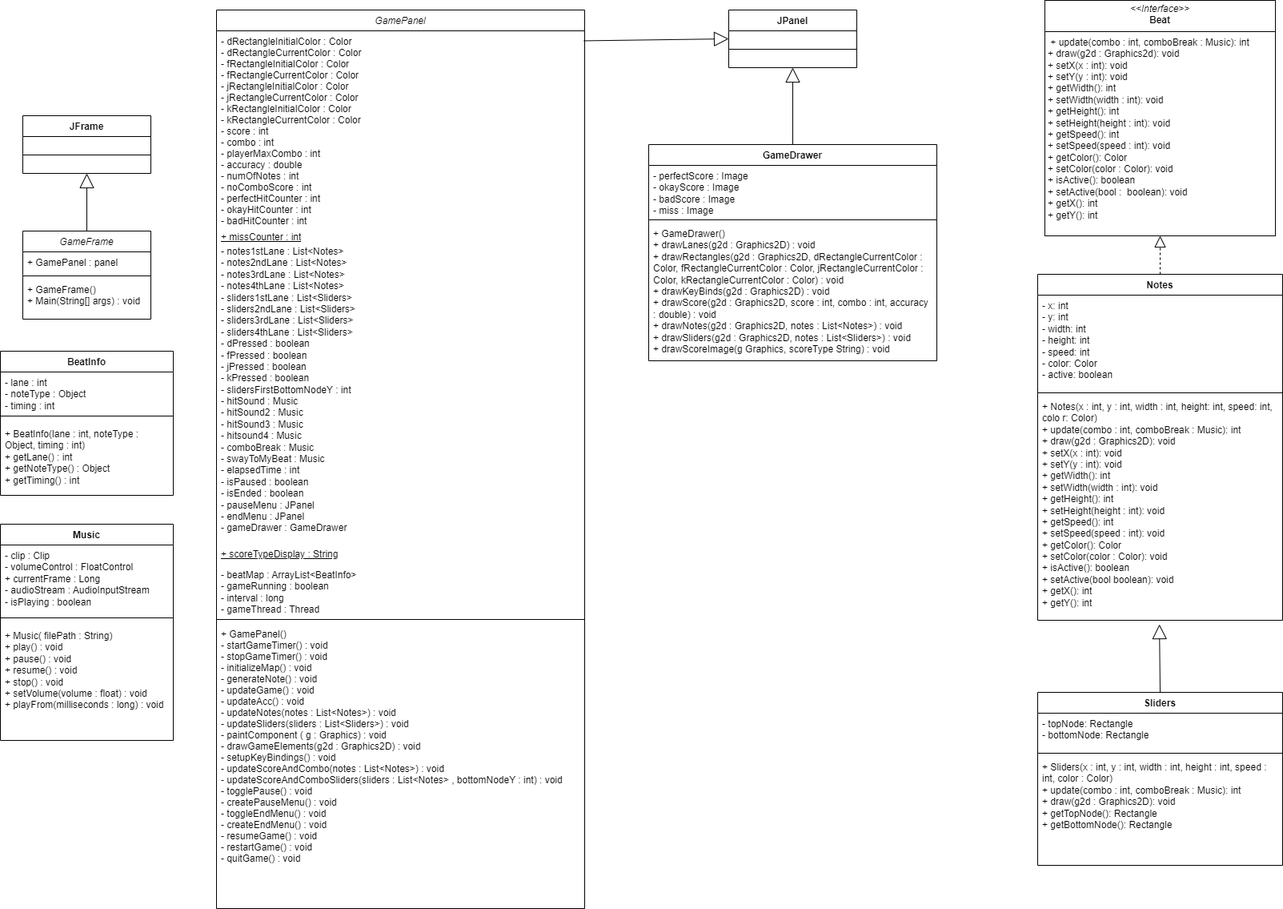
Earlier version of the draw.io export Documentation/Class Diagram.png (KevinJ0nathan/OOP-Final-Project). Source tidied: cells renumbered, new cells last; positions are measured from the earlier drawing's top-left corner, leaving out a move shared by most shapes.
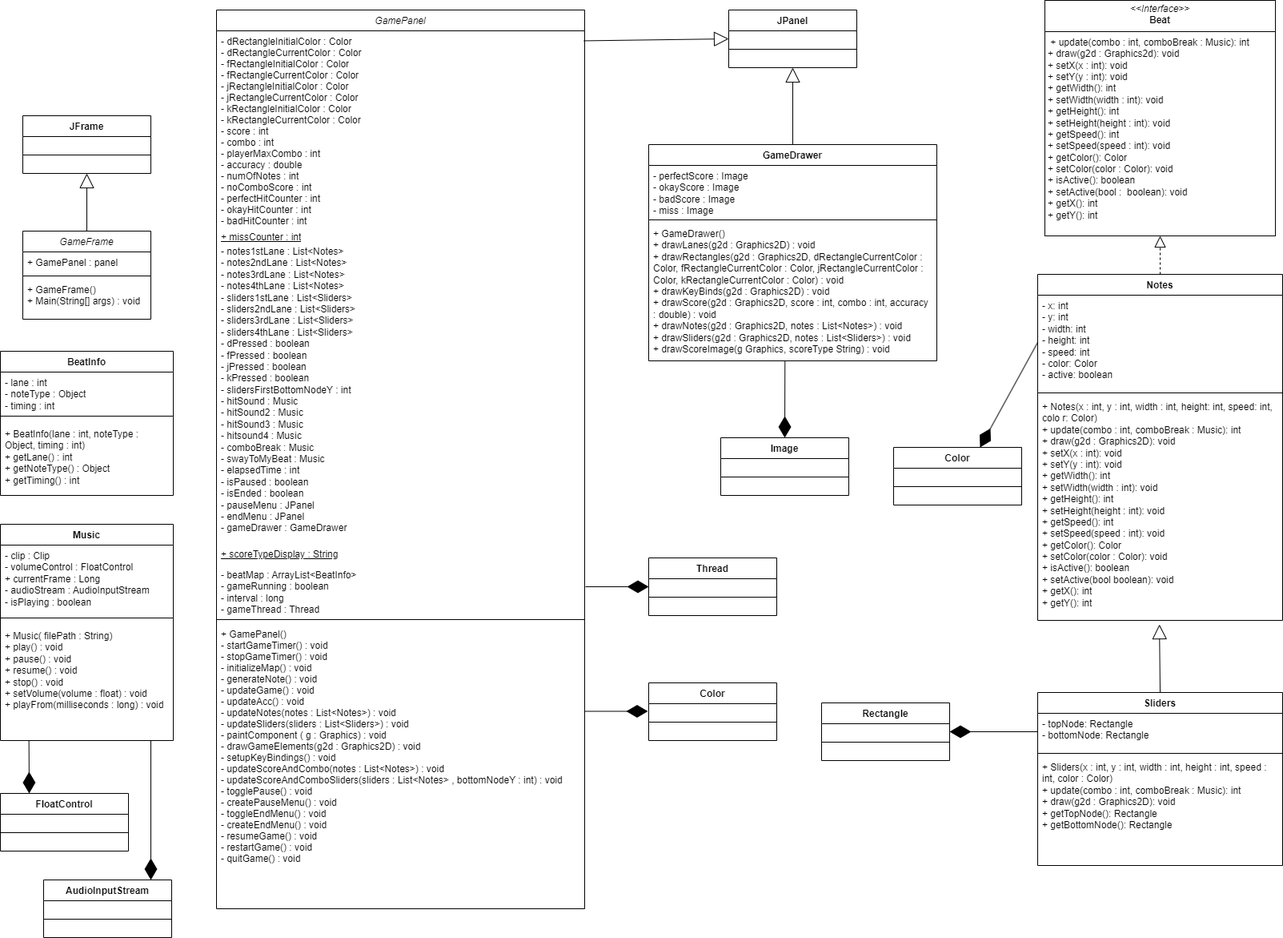
After the commit.

Change to the diagram source:
```diff
@@ -130,5 +130,80 @@
         <mxPoint x="108" y="288" as="sourcePoint" />
       </mxGeometry>
     </mxCell>
+    <mxCell id="44" value="Rectangle" style="swimlane;fontStyle=1;align=center;verticalAlign=top;horizontal=1;startSize=26;whiteSpace=wrap;html=1;" parent="1" vertex="1">
+      <mxGeometry x="1026" y="877" width="160" height="72" as="geometry" />
+    </mxCell>
+    <mxCell id="45" style="line;strokeWidth=1;fillColor=none;align=left;verticalAlign=middle;spacingTop=-1;spacingLeft=3;spacingRight=3;labelPosition=right;strokeColor=inherit;" parent="44" vertex="1">
+      <mxGeometry y="26" width="160" height="46" as="geometry" />
+    </mxCell>
+    <mxCell id="46" style="endArrow=diamondThin;endFill=1;endSize=24;html=1;rounded=0;exitX=0;exitY=0.5;exitDx=0;exitDy=0;entryX=1;entryY=0.5;entryDx=0;entryDy=0;" parent="1" edge="1" source="37" target="44">
+      <mxGeometry relative="1" as="geometry" />
+    </mxCell>
+    <mxCell id="47" style="endArrow=diamondThin;endFill=1;endSize=24;html=1;rounded=0;exitX=0.473;exitY=0.998;exitDx=0;exitDy=0;exitPerimeter=0;entryX=0.5;entryY=0;entryDx=0;entryDy=0;" parent="1" edge="1" source="20" target="48">
+      <mxGeometry relative="1" as="geometry" />
+    </mxCell>
+    <mxCell id="48" value="Image" style="swimlane;fontStyle=1;align=center;verticalAlign=top;horizontal=1;startSize=26;whiteSpace=wrap;html=1;" parent="1" vertex="1">
+      <mxGeometry x="900" y="546" width="160" height="72" as="geometry" />
+    </mxCell>
+    <mxCell id="49" style="line;strokeWidth=1;fillColor=none;align=left;verticalAlign=middle;spacingTop=-1;spacingLeft=3;spacingRight=3;labelPosition=right;strokeColor=inherit;" parent="48" vertex="1">
+      <mxGeometry y="26" width="160" height="46" as="geometry" />
+    </mxCell>
+    <mxCell id="50" value="Thread" style="swimlane;fontStyle=1;align=center;verticalAlign=top;horizontal=1;startSize=26;whiteSpace=wrap;html=1;" parent="1" vertex="1">
+      <mxGeometry x="810" y="696" width="160" height="72" as="geometry" />
+    </mxCell>
+    <mxCell id="51" style="line;strokeWidth=1;fillColor=none;align=left;verticalAlign=middle;spacingTop=-1;spacingLeft=3;spacingRight=3;labelPosition=right;strokeColor=inherit;" parent="50" vertex="1">
+      <mxGeometry y="26" width="160" height="46" as="geometry" />
+    </mxCell>
+    <mxCell id="52" style="endArrow=diamondThin;endFill=1;endSize=24;html=1;rounded=0;entryX=0;entryY=0.5;entryDx=0;entryDy=0;" parent="1" edge="1" target="50">
+      <mxGeometry relative="1" as="geometry">
+        <mxPoint x="731" y="732" as="sourcePoint" />
+      </mxGeometry>
+    </mxCell>
+    <mxCell id="53" style="endArrow=diamondThin;endFill=1;endSize=24;html=1;rounded=0;exitX=0.165;exitY=0.998;exitDx=0;exitDy=0;exitPerimeter=0;" parent="1" edge="1" source="29">
+      <mxGeometry relative="1" as="geometry">
+        <mxPoint x="36" y="990" as="targetPoint" />
+      </mxGeometry>
+    </mxCell>
+    <mxCell id="54" value="FloatControl" style="swimlane;fontStyle=1;align=center;verticalAlign=top;horizontal=1;startSize=26;whiteSpace=wrap;html=1;" parent="1" vertex="1">
+      <mxGeometry y="990" width="160" height="72" as="geometry" />
+    </mxCell>
+    <mxCell id="55" style="line;strokeWidth=1;fillColor=none;align=left;verticalAlign=middle;spacingTop=-1;spacingLeft=3;spacingRight=3;labelPosition=right;strokeColor=inherit;" parent="54" vertex="1">
+      <mxGeometry y="26" width="160" height="46" as="geometry" />
+    </mxCell>
+    <mxCell id="56" style="endArrow=diamondThin;endFill=1;endSize=24;html=1;rounded=0;exitX=0.165;exitY=0.998;exitDx=0;exitDy=0;exitPerimeter=0;" parent="1" edge="1">
+      <mxGeometry relative="1" as="geometry">
+        <mxPoint x="188" y="924" as="sourcePoint" />
+        <mxPoint x="188" y="1098" as="targetPoint" />
+      </mxGeometry>
+    </mxCell>
+    <mxCell id="57" value="AudioInputStream" style="swimlane;fontStyle=1;align=center;verticalAlign=top;horizontal=1;startSize=26;whiteSpace=wrap;html=1;" parent="1" vertex="1">
+      <mxGeometry x="54" y="1098" width="160" height="72" as="geometry" />
+    </mxCell>
+    <mxCell id="58" style="line;strokeWidth=1;fillColor=none;align=left;verticalAlign=middle;spacingTop=-1;spacingLeft=3;spacingRight=3;labelPosition=right;strokeColor=inherit;" parent="57" vertex="1">
+      <mxGeometry y="26" width="160" height="46" as="geometry" />
+    </mxCell>
+    <mxCell id="59" style="endArrow=diamondThin;endFill=1;endSize=24;html=1;rounded=0;exitX=0;exitY=0.5;exitDx=0;exitDy=0;" parent="1" edge="1" source="32">
+      <mxGeometry relative="1" as="geometry">
+        <mxPoint x="1224" y="558" as="targetPoint" />
+      </mxGeometry>
+    </mxCell>
+    <mxCell id="60" value="Color" style="swimlane;fontStyle=1;align=center;verticalAlign=top;horizontal=1;startSize=26;whiteSpace=wrap;html=1;" parent="1" vertex="1">
+      <mxGeometry x="1116" y="558" width="160" height="72" as="geometry" />
+    </mxCell>
+    <mxCell id="61" style="line;strokeWidth=1;fillColor=none;align=left;verticalAlign=middle;spacingTop=-1;spacingLeft=3;spacingRight=3;labelPosition=right;strokeColor=inherit;" parent="60" vertex="1">
+      <mxGeometry y="26" width="160" height="46" as="geometry" />
+    </mxCell>
+    <mxCell id="62" value="Color" style="swimlane;fontStyle=1;align=center;verticalAlign=top;horizontal=1;startSize=26;whiteSpace=wrap;html=1;" parent="1" vertex="1">
+      <mxGeometry x="810" y="852" width="160" height="72" as="geometry" />
+    </mxCell>
+    <mxCell id="63" style="line;strokeWidth=1;fillColor=none;align=left;verticalAlign=middle;spacingTop=-1;spacingLeft=3;spacingRight=3;labelPosition=right;strokeColor=inherit;" parent="62" vertex="1">
+      <mxGeometry y="26" width="160" height="46" as="geometry" />
+    </mxCell>
+    <mxCell id="64" style="endArrow=diamondThin;endFill=1;endSize=24;html=1;rounded=0;entryX=0;entryY=0.5;entryDx=0;entryDy=0;" parent="1" edge="1">
+      <mxGeometry relative="1" as="geometry">
+        <mxPoint x="730" y="887.5" as="sourcePoint" />
+        <mxPoint x="809" y="887.5" as="targetPoint" />
+      </mxGeometry>
+    </mxCell>
   </root>
 </mxGraphModel>
```
